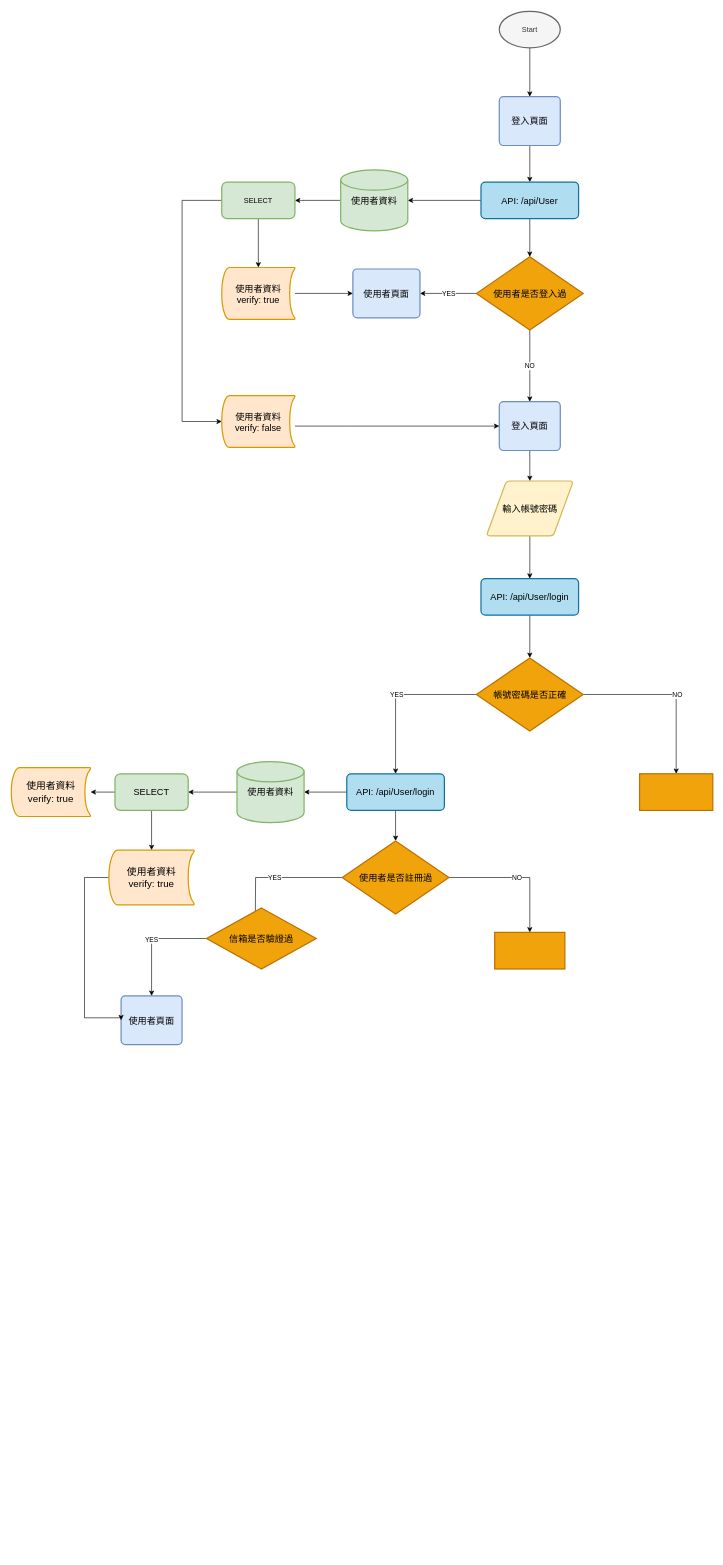
Above: 登入.drawio in Hakxep-wuqpuk-hyrze8/Flowchart (draw.io), before the change. Source tidied: cells renumbered, new cells numbered last; positions are measured from the earlier drawing's top-left corner, leaving out a move shared by most shapes. Both pictures are drawn from the tidied source at 61%, with x=0, y=0 at pixel (11, 11).
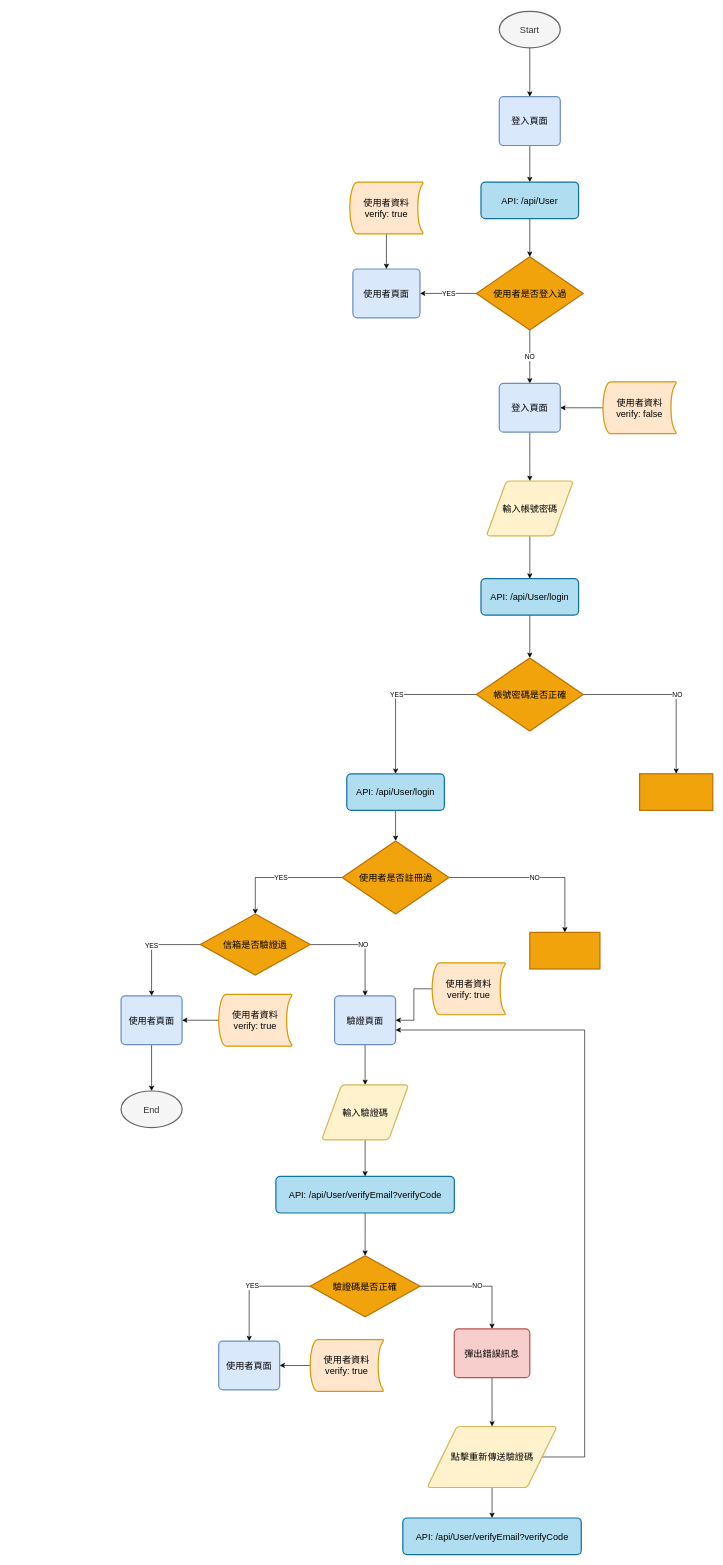
The same page after the edit.

Unchanged cells that the change refers to:
```xml
<mxCell id="17" value="&lt;font style=&quot;font-size: 15px;&quot;&gt;API: /api/User/login&lt;/font&gt;" style="whiteSpace=wrap;html=1;fillColor=#b1ddf0;strokeColor=#10739e;strokeWidth=2;rounded=1;arcSize=12;" parent="1" vertex="1">
  <mxGeometry x="550" y="1250" width="160" height="60" as="geometry" />
</mxCell>
<mxCell id="20" value="&lt;span style=&quot;font-size: 15px;&quot;&gt;使用者是否註冊過&lt;/span&gt;" style="strokeWidth=2;html=1;shape=mxgraph.flowchart.decision;whiteSpace=wrap;fillColor=#f0a30a;strokeColor=#BD7000;fontColor=#000000;" parent="1" vertex="1">
  <mxGeometry x="542.5" y="1360" width="175" height="120" as="geometry" />
</mxCell>
<mxCell id="22" value="&lt;font style=&quot;font-size: 15px;&quot;&gt;使用者頁面&lt;/font&gt;" style="rounded=1;whiteSpace=wrap;html=1;absoluteArcSize=1;arcSize=14;strokeWidth=2;fillColor=#dae8fc;strokeColor=#6c8ebf;" parent="1" vertex="1">
  <mxGeometry x="180" y="1614" width="100" height="80" as="geometry" />
</mxCell>
<mxCell id="35" value="&lt;font style=&quot;font-size: 15px;&quot;&gt;API: /api/User&lt;/font&gt;" style="whiteSpace=wrap;html=1;fillColor=#b1ddf0;strokeColor=#10739e;strokeWidth=2;rounded=1;arcSize=12;" parent="1" vertex="1">
  <mxGeometry x="770" y="280" width="160" height="60" as="geometry" />
</mxCell>
<mxCell id="38" value="&lt;font style=&quot;font-size: 15px;&quot;&gt;使用者頁面&lt;/font&gt;" style="rounded=1;whiteSpace=wrap;html=1;absoluteArcSize=1;arcSize=14;strokeWidth=2;fillColor=#dae8fc;strokeColor=#6c8ebf;" parent="1" vertex="1">
  <mxGeometry x="560" y="422.5" width="110" height="80" as="geometry" />
</mxCell>
```

Change to the diagram source:
```diff
@@
-    <mxCell id="3" value="Start" style="strokeWidth=2;html=1;shape=mxgraph.flowchart.start_1;whiteSpace=wrap;fillColor=#f5f5f5;strokeColor=#666666;fontColor=#333333;" parent="1" vertex="1">
+    <mxCell id="3" value="&lt;font style=&quot;font-size: 15px;&quot;&gt;Start&lt;/font&gt;" style="strokeWidth=2;html=1;shape=mxgraph.flowchart.start_1;whiteSpace=wrap;fillColor=#f5f5f5;strokeColor=#666666;fontColor=#333333;" parent="1" vertex="1">
       <mxGeometry x="800" width="100" height="60" as="geometry" />
     </mxCell>
@@
-    <mxCell id="16" style="edgeStyle=orthogonalEdgeStyle;rounded=0;jettySize=auto;html=1;" parent="1" edge="1" source="17" target="24">
-      <mxGeometry relative="1" as="geometry" />
-    </mxCell>
@@
-    <mxCell id="19" value="YES" style="edgeStyle=orthogonalEdgeStyle;rounded=0;jettySize=auto;html=1;" parent="1" edge="1" source="20">
-      <mxGeometry relative="1" as="geometry">
-        <mxPoint x="400" y="1500" as="targetPoint" />
-      </mxGeometry>
+    <mxCell id="19" value="YES" style="edgeStyle=orthogonalEdgeStyle;rounded=0;jettySize=auto;html=1;entryX=0.5;entryY=0;entryDx=0;entryDy=0;" parent="1" edge="1" source="20" target="27">
+      <mxGeometry relative="1" as="geometry" />
     </mxCell>
@@
     <mxCell id="21" style="whiteSpace=wrap;html=1;fillColor=#f0a30a;strokeColor=#BD7000;fontColor=#000000;strokeWidth=2;" parent="1" vertex="1">
-      <mxGeometry x="792.5" y="1510" width="115" height="60" as="geometry" />
+      <mxGeometry x="850" y="1510" width="115" height="60" as="geometry" />
     </mxCell>
+    <mxCell id="51" style="edgeStyle=orthogonalEdgeStyle;rounded=0;jettySize=auto;html=1;" parent="1" edge="1" source="22" target="61">
+      <mxGeometry relative="1" as="geometry" />
+    </mxCell>
@@
-    <mxCell id="23" style="edgeStyle=orthogonalEdgeStyle;rounded=0;jettySize=auto;html=1;" parent="1" edge="1" source="24" target="50">
-      <mxGeometry relative="1" as="geometry" />
-    </mxCell>
-    <mxCell id="24" value="&lt;font style=&quot;font-size: 15px;&quot;&gt;使用者資料&lt;/font&gt;" style="strokeWidth=2;html=1;shape=mxgraph.flowchart.database;whiteSpace=wrap;fillColor=#d5e8d4;strokeColor=#82b366;" parent="1" vertex="1">
-      <mxGeometry x="370" y="1230" width="110" height="100" as="geometry" />
-    </mxCell>
-    <mxCell id="25" value="&lt;font style=&quot;font-size: 16px;&quot;&gt;使用者資料&lt;br&gt;verify: true&lt;/font&gt;" style="strokeWidth=2;html=1;shape=mxgraph.flowchart.stored_data;whiteSpace=wrap;fillColor=#ffe6cc;strokeColor=#d79b00;" parent="1" vertex="1">
-      <mxGeometry y="1240" width="130" height="80" as="geometry" />
-    </mxCell>
@@
+    <mxCell id="52" value="NO" style="edgeStyle=orthogonalEdgeStyle;rounded=0;jettySize=auto;html=1;" parent="1" edge="1" source="27" target="54">
+      <mxGeometry relative="1" as="geometry" />
+    </mxCell>
     <mxCell id="27" value="&lt;font style=&quot;font-size: 15px;&quot;&gt;信箱是否驗證過&lt;/font&gt;" style="rhombus;whiteSpace=wrap;html=1;fillColor=#f0a30a;strokeColor=#BD7000;fontColor=#000000;strokeWidth=2;" parent="1" vertex="1">
-      <mxGeometry x="320" y="1470" width="180" height="100" as="geometry" />
+      <mxGeometry x="310" y="1480" width="180" height="100" as="geometry" />
     </mxCell>
-    <mxCell id="28" style="edgeStyle=orthogonalEdgeStyle;rounded=0;jettySize=auto;html=1;entryX=0;entryY=0.5;entryDx=0;entryDy=0;" parent="1" edge="1" source="29" target="22">
-      <mxGeometry relative="1" as="geometry">
-        <Array as="points">
-          <mxPoint x="120" y="1420" />
-          <mxPoint x="120" y="1650" />
-          <mxPoint x="180" y="1650" />
-        </Array>
-      </mxGeometry>
-    </mxCell>
-    <mxCell id="29" value="&lt;font style=&quot;font-size: 16px;&quot;&gt;使用者資料&lt;br&gt;verify: true&lt;/font&gt;" style="strokeWidth=2;html=1;shape=mxgraph.flowchart.stored_data;whiteSpace=wrap;fillColor=#ffe6cc;strokeColor=#d79b00;" parent="1" vertex="1">
-      <mxGeometry x="160" y="1375" width="140" height="90" as="geometry" />
-    </mxCell>
@@
-    <mxCell id="33" style="edgeStyle=orthogonalEdgeStyle;rounded=0;jettySize=auto;html=1;" parent="1" edge="1" source="35" target="37">
-      <mxGeometry relative="1" as="geometry" />
-    </mxCell>
@@
-    <mxCell id="36" style="edgeStyle=orthogonalEdgeStyle;rounded=0;jettySize=auto;html=1;" parent="1" edge="1" source="37" target="43">
-      <mxGeometry relative="1" as="geometry" />
-    </mxCell>
-    <mxCell id="37" value="&lt;font style=&quot;font-size: 15px;&quot;&gt;使用者資料&lt;/font&gt;" style="strokeWidth=2;html=1;shape=mxgraph.flowchart.database;whiteSpace=wrap;fillColor=#d5e8d4;strokeColor=#82b366;" parent="1" vertex="1">
-      <mxGeometry x="540" y="260" width="110" height="100" as="geometry" />
-    </mxCell>
@@
     <mxCell id="40" value="&lt;font style=&quot;font-size: 15px;&quot;&gt;登入頁面&lt;/font&gt;" style="rounded=1;whiteSpace=wrap;html=1;absoluteArcSize=1;arcSize=14;strokeWidth=2;fillColor=#dae8fc;strokeColor=#6c8ebf;" parent="1" vertex="1">
-      <mxGeometry x="800" y="640" width="100" height="80" as="geometry" />
+      <mxGeometry x="800" y="610" width="100" height="80" as="geometry" />
     </mxCell>
-    <mxCell id="41" style="edgeStyle=orthogonalEdgeStyle;rounded=0;jettySize=auto;html=1;" parent="1" edge="1" source="43" target="45">
-      <mxGeometry relative="1" as="geometry" />
-    </mxCell>
-    <mxCell id="42" style="edgeStyle=orthogonalEdgeStyle;rounded=0;jettySize=auto;html=1;entryX=0;entryY=0.5;entryDx=0;entryDy=0;entryPerimeter=0;" parent="1" edge="1" source="43" target="47">
-      <mxGeometry relative="1" as="geometry">
-        <Array as="points">
-          <mxPoint x="280" y="310" />
-          <mxPoint x="280" y="672" />
-        </Array>
-      </mxGeometry>
-    </mxCell>
-    <mxCell id="43" value="SELECT" style="rounded=1;whiteSpace=wrap;html=1;fillColor=#d5e8d4;strokeColor=#82b366;strokeWidth=2;" parent="1" vertex="1">
-      <mxGeometry x="345" y="280" width="120" height="60" as="geometry" />
-    </mxCell>
-    <mxCell id="44" style="edgeStyle=orthogonalEdgeStyle;rounded=0;jettySize=auto;html=1;" parent="1" edge="1" source="45" target="38">
-      <mxGeometry relative="1" as="geometry" />
-    </mxCell>
-    <mxCell id="45" value="&lt;font style=&quot;font-size: 15px;&quot;&gt;使用者資料&lt;br&gt;verify: true&lt;/font&gt;" style="strokeWidth=2;html=1;shape=mxgraph.flowchart.stored_data;whiteSpace=wrap;fillColor=#ffe6cc;strokeColor=#d79b00;" parent="1" vertex="1">
-      <mxGeometry x="345" y="420" width="120" height="85" as="geometry" />
-    </mxCell>
-    <mxCell id="46" style="edgeStyle=orthogonalEdgeStyle;rounded=0;jettySize=auto;html=1;entryX=0;entryY=0.5;entryDx=0;entryDy=0;" parent="1" edge="1" source="47" target="40">
-      <mxGeometry relative="1" as="geometry">
-        <Array as="points">
-          <mxPoint x="550" y="680" />
-          <mxPoint x="550" y="680" />
-        </Array>
-      </mxGeometry>
+    <mxCell id="46" style="edgeStyle=orthogonalEdgeStyle;rounded=0;jettySize=auto;html=1;" parent="1" edge="1" source="47" target="40">
+      <mxGeometry relative="1" as="geometry" />
     </mxCell>
     <mxCell id="47" value="&lt;font style=&quot;font-size: 15px;&quot;&gt;使用者資料&lt;br&gt;verify: false&lt;/font&gt;" style="strokeWidth=2;html=1;shape=mxgraph.flowchart.stored_data;whiteSpace=wrap;fillColor=#ffe6cc;strokeColor=#d79b00;" parent="1" vertex="1">
-      <mxGeometry x="345" y="630" width="120" height="85" as="geometry" />
+      <mxGeometry x="970" y="607.5" width="120" height="85" as="geometry" />
     </mxCell>
-    <mxCell id="48" style="edgeStyle=orthogonalEdgeStyle;rounded=0;jettySize=auto;html=1;" parent="1" edge="1" source="50" target="29">
-      <mxGeometry relative="1" as="geometry" />
-    </mxCell>
-    <mxCell id="49" style="edgeStyle=orthogonalEdgeStyle;rounded=0;jettySize=auto;html=1;" parent="1" edge="1" source="50" target="25">
-      <mxGeometry relative="1" as="geometry" />
-    </mxCell>
-    <mxCell id="50" value="&lt;font style=&quot;font-size: 15px;&quot;&gt;SELECT&lt;/font&gt;" style="rounded=1;whiteSpace=wrap;html=1;fillColor=#d5e8d4;strokeColor=#82b366;strokeWidth=2;" parent="1" vertex="1">
-      <mxGeometry x="170" y="1250" width="120" height="60" as="geometry" />
-    </mxCell>
+    <mxCell id="53" style="edgeStyle=orthogonalEdgeStyle;rounded=0;jettySize=auto;html=1;" parent="1" edge="1" source="54" target="63">
+      <mxGeometry relative="1" as="geometry" />
+    </mxCell>
+    <mxCell id="54" value="&lt;span style=&quot;font-size: 15px;&quot;&gt;驗證頁面&lt;/span&gt;" style="rounded=1;whiteSpace=wrap;html=1;absoluteArcSize=1;arcSize=14;strokeWidth=2;fillColor=#dae8fc;strokeColor=#6c8ebf;" parent="1" vertex="1">
+      <mxGeometry x="530" y="1614" width="100" height="80" as="geometry" />
+    </mxCell>
+    <mxCell id="55" style="edgeStyle=orthogonalEdgeStyle;rounded=0;jettySize=auto;html=1;" parent="1" edge="1" source="56" target="38">
+      <mxGeometry relative="1" as="geometry" />
+    </mxCell>
+    <mxCell id="56" value="&lt;font style=&quot;font-size: 15px;&quot;&gt;使用者資料&lt;br&gt;verify: true&lt;/font&gt;" style="strokeWidth=2;html=1;shape=mxgraph.flowchart.stored_data;whiteSpace=wrap;fillColor=#ffe6cc;strokeColor=#d79b00;" parent="1" vertex="1">
+      <mxGeometry x="555" y="280" width="120" height="85" as="geometry" />
+    </mxCell>
+    <mxCell id="57" style="edgeStyle=orthogonalEdgeStyle;rounded=0;jettySize=auto;html=1;" parent="1" edge="1" source="58" target="54">
+      <mxGeometry relative="1" as="geometry" />
+    </mxCell>
+    <mxCell id="58" value="&lt;font style=&quot;font-size: 15px;&quot;&gt;使用者資料&lt;br&gt;verify: true&lt;/font&gt;" style="strokeWidth=2;html=1;shape=mxgraph.flowchart.stored_data;whiteSpace=wrap;fillColor=#ffe6cc;strokeColor=#d79b00;" parent="1" vertex="1">
+      <mxGeometry x="690" y="1560" width="120" height="85" as="geometry" />
+    </mxCell>
+    <mxCell id="59" style="edgeStyle=orthogonalEdgeStyle;rounded=0;jettySize=auto;html=1;" parent="1" edge="1" source="60" target="22">
+      <mxGeometry relative="1" as="geometry" />
+    </mxCell>
+    <mxCell id="60" value="&lt;font style=&quot;font-size: 15px;&quot;&gt;使用者資料&lt;br&gt;verify: true&lt;/font&gt;" style="strokeWidth=2;html=1;shape=mxgraph.flowchart.stored_data;whiteSpace=wrap;fillColor=#ffe6cc;strokeColor=#d79b00;" parent="1" vertex="1">
+      <mxGeometry x="340" y="1611.5" width="120" height="85" as="geometry" />
+    </mxCell>
+    <mxCell id="61" value="&lt;font style=&quot;font-size: 15px;&quot;&gt;End&lt;/font&gt;" style="strokeWidth=2;html=1;shape=mxgraph.flowchart.start_1;whiteSpace=wrap;fillColor=#f5f5f5;strokeColor=#666666;fontColor=#333333;" parent="1" vertex="1">
+      <mxGeometry x="180" y="1770" width="100" height="60" as="geometry" />
+    </mxCell>
+    <mxCell id="62" style="edgeStyle=orthogonalEdgeStyle;rounded=0;jettySize=auto;html=1;" parent="1" edge="1" source="63" target="65">
+      <mxGeometry relative="1" as="geometry" />
+    </mxCell>
+    <mxCell id="63" value="&lt;font style=&quot;font-size: 15px;&quot;&gt;輸入驗證碼&lt;/font&gt;" style="shape=parallelogram;html=1;strokeWidth=2;perimeter=parallelogramPerimeter;whiteSpace=wrap;rounded=1;arcSize=12;size=0.23;fillColor=#fff2cc;strokeColor=#d6b656;" parent="1" vertex="1">
+      <mxGeometry x="508.8" y="1760" width="142.5" height="90" as="geometry" />
+    </mxCell>
+    <mxCell id="64" style="edgeStyle=orthogonalEdgeStyle;rounded=0;jettySize=auto;html=1;" parent="1" edge="1" source="65" target="68">
+      <mxGeometry relative="1" as="geometry" />
+    </mxCell>
+    <mxCell id="65" value="&lt;font style=&quot;font-size: 15px;&quot;&gt;API: /api/User/verifyEmail?verifyCode&lt;br&gt;&lt;/font&gt;" style="whiteSpace=wrap;html=1;fillColor=#b1ddf0;strokeColor=#10739e;strokeWidth=2;rounded=1;arcSize=12;" parent="1" vertex="1">
+      <mxGeometry x="433.8" y="1910" width="292.5" height="60" as="geometry" />
+    </mxCell>
+    <mxCell id="66" value="YES" style="edgeStyle=orthogonalEdgeStyle;rounded=0;jettySize=auto;html=1;entryX=0.5;entryY=0;entryDx=0;entryDy=0;" parent="1" edge="1" source="68" target="69">
+      <mxGeometry relative="1" as="geometry" />
+    </mxCell>
+    <mxCell id="67" value="NO" style="edgeStyle=orthogonalEdgeStyle;rounded=0;jettySize=auto;html=1;entryX=0.5;entryY=0;entryDx=0;entryDy=0;" parent="1" edge="1" source="68" target="73">
+      <mxGeometry relative="1" as="geometry" />
+    </mxCell>
+    <mxCell id="68" value="&lt;font style=&quot;font-size: 15px;&quot;&gt;驗證碼是否正確&lt;/font&gt;" style="rhombus;whiteSpace=wrap;html=1;fillColor=#f0a30a;strokeColor=#BD7000;fontColor=#000000;strokeWidth=2;" parent="1" vertex="1">
+      <mxGeometry x="490" y="2040" width="180" height="100" as="geometry" />
+    </mxCell>
+    <mxCell id="69" value="&lt;font style=&quot;font-size: 15px;&quot;&gt;使用者頁面&lt;/font&gt;" style="rounded=1;whiteSpace=wrap;html=1;absoluteArcSize=1;arcSize=14;strokeWidth=2;fillColor=#dae8fc;strokeColor=#6c8ebf;" parent="1" vertex="1">
+      <mxGeometry x="340" y="2180" width="100" height="80" as="geometry" />
+    </mxCell>
+    <mxCell id="70" style="edgeStyle=orthogonalEdgeStyle;rounded=0;jettySize=auto;html=1;" parent="1" edge="1" source="71" target="69">
+      <mxGeometry relative="1" as="geometry" />
+    </mxCell>
+    <mxCell id="71" value="&lt;font style=&quot;font-size: 15px;&quot;&gt;使用者資料&lt;br&gt;verify: true&lt;/font&gt;" style="strokeWidth=2;html=1;shape=mxgraph.flowchart.stored_data;whiteSpace=wrap;fillColor=#ffe6cc;strokeColor=#d79b00;" parent="1" vertex="1">
+      <mxGeometry x="490" y="2177.5" width="120" height="85" as="geometry" />
+    </mxCell>
+    <mxCell id="72" style="edgeStyle=orthogonalEdgeStyle;rounded=0;jettySize=auto;html=1;" parent="1" edge="1" source="73" target="76">
+      <mxGeometry relative="1" as="geometry" />
+    </mxCell>
+    <mxCell id="73" value="&lt;span style=&quot;font-size: 15px;&quot;&gt;彈出錯誤訊息&lt;/span&gt;" style="rounded=1;whiteSpace=wrap;html=1;absoluteArcSize=1;arcSize=14;strokeWidth=2;fillColor=#f8cecc;strokeColor=#b85450;" parent="1" vertex="1">
+      <mxGeometry x="726.2" y="2160" width="123.8" height="80" as="geometry" />
+    </mxCell>
+    <mxCell id="74" style="edgeStyle=orthogonalEdgeStyle;rounded=0;jettySize=auto;html=1;" parent="1" edge="1" source="76">
+      <mxGeometry relative="1" as="geometry">
+        <mxPoint x="630" y="1670" as="targetPoint" />
+        <Array as="points">
+          <mxPoint x="940" y="2370" />
+          <mxPoint x="940" y="1670" />
+          <mxPoint x="630" y="1670" />
+        </Array>
+      </mxGeometry>
+    </mxCell>
+    <mxCell id="75" style="edgeStyle=orthogonalEdgeStyle;rounded=0;jettySize=auto;html=1;" parent="1" edge="1" source="76" target="77">
+      <mxGeometry relative="1" as="geometry" />
+    </mxCell>
+    <mxCell id="76" value="&lt;font style=&quot;font-size: 15px;&quot;&gt;點擊重新傳送驗證碼&lt;/font&gt;" style="shape=parallelogram;html=1;strokeWidth=2;perimeter=parallelogramPerimeter;whiteSpace=wrap;rounded=1;arcSize=12;size=0.23;fillColor=#fff2cc;strokeColor=#d6b656;" parent="1" vertex="1">
+      <mxGeometry x="681.6" y="2320" width="213.1" height="100" as="geometry" />
+    </mxCell>
+    <mxCell id="77" value="&lt;font style=&quot;font-size: 15px;&quot;&gt;API: /api/User/verifyEmail?verifyCode&lt;br&gt;&lt;/font&gt;" style="whiteSpace=wrap;html=1;fillColor=#b1ddf0;strokeColor=#10739e;strokeWidth=2;rounded=1;arcSize=12;" parent="1" vertex="1">
+      <mxGeometry x="641.9" y="2470" width="292.5" height="60" as="geometry" />
+    </mxCell>
```
